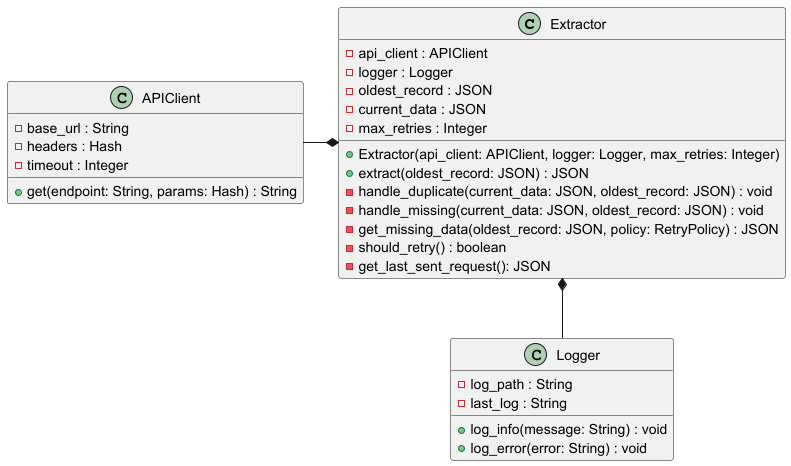
CPNV-ES-BI1-SBB/EXTERNAL-SOURCE-EXTRACT keeps this PlantUML diagram as docs/class_diagram.png. Above is the earlier version.
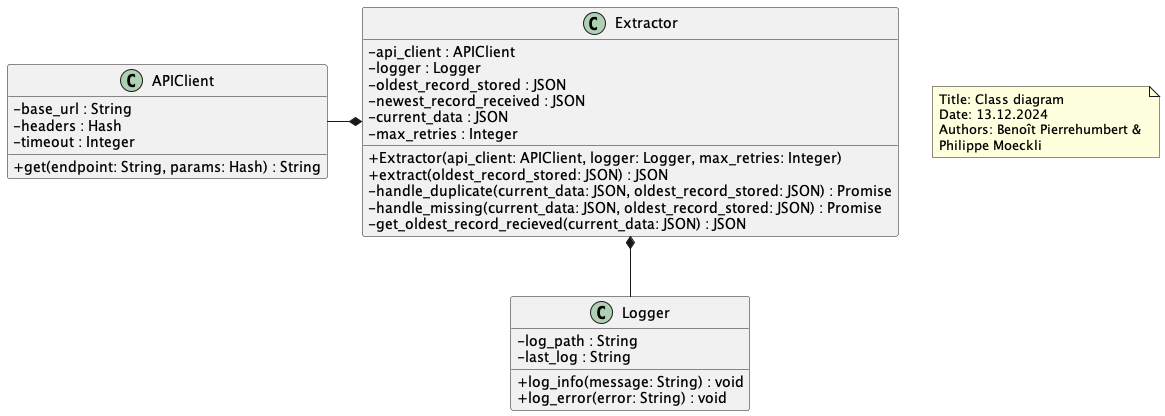
Later version of the same file.

Commit message:
docs: updated class and sequence diagrams

The edit, as a diff of the source:
```diff
@@ -1,17 +1,18 @@
 @startuml
+
+skinparam classAttributeIconSize 0
 class Extractor {
   - api_client : APIClient
   - logger : Logger
-  - oldest_record : JSON
+  - oldest_record_stored : JSON
+  - newest_record_received : JSON
   - current_data : JSON
   - max_retries : Integer
   + Extractor(api_client: APIClient, logger: Logger, max_retries: Integer)
-  + extract(oldest_record: JSON) : JSON
-  - handle_duplicate(current_data: JSON, oldest_record: JSON) : void
-  - handle_missing(current_data: JSON, oldest_record: JSON) : void
-  - get_missing_data(oldest_record: JSON, policy: RetryPolicy) : JSON
-  - should_retry() : boolean
-  - get_last_sent_request(): JSON
+  + extract(oldest_record_stored: JSON) : JSON
+  - handle_duplicate(current_data: JSON, oldest_record_stored: JSON) : Promise
+  - handle_missing(current_data: JSON, oldest_record_stored: JSON) : Promise
+  - get_oldest_record_recieved(current_data: JSON) : JSON
 }
 
 class APIClient {
@@ -31,4 +32,10 @@
 Logger -up-*  Extractor
 APIClient -right-*  Extractor
 
+note as N1
+  Title: Class diagram
+  Date: 13.12.2024
+  Authors: Benoît Pierrehumbert &
+  Philippe Moeckli
+end note
 @enduml
```
